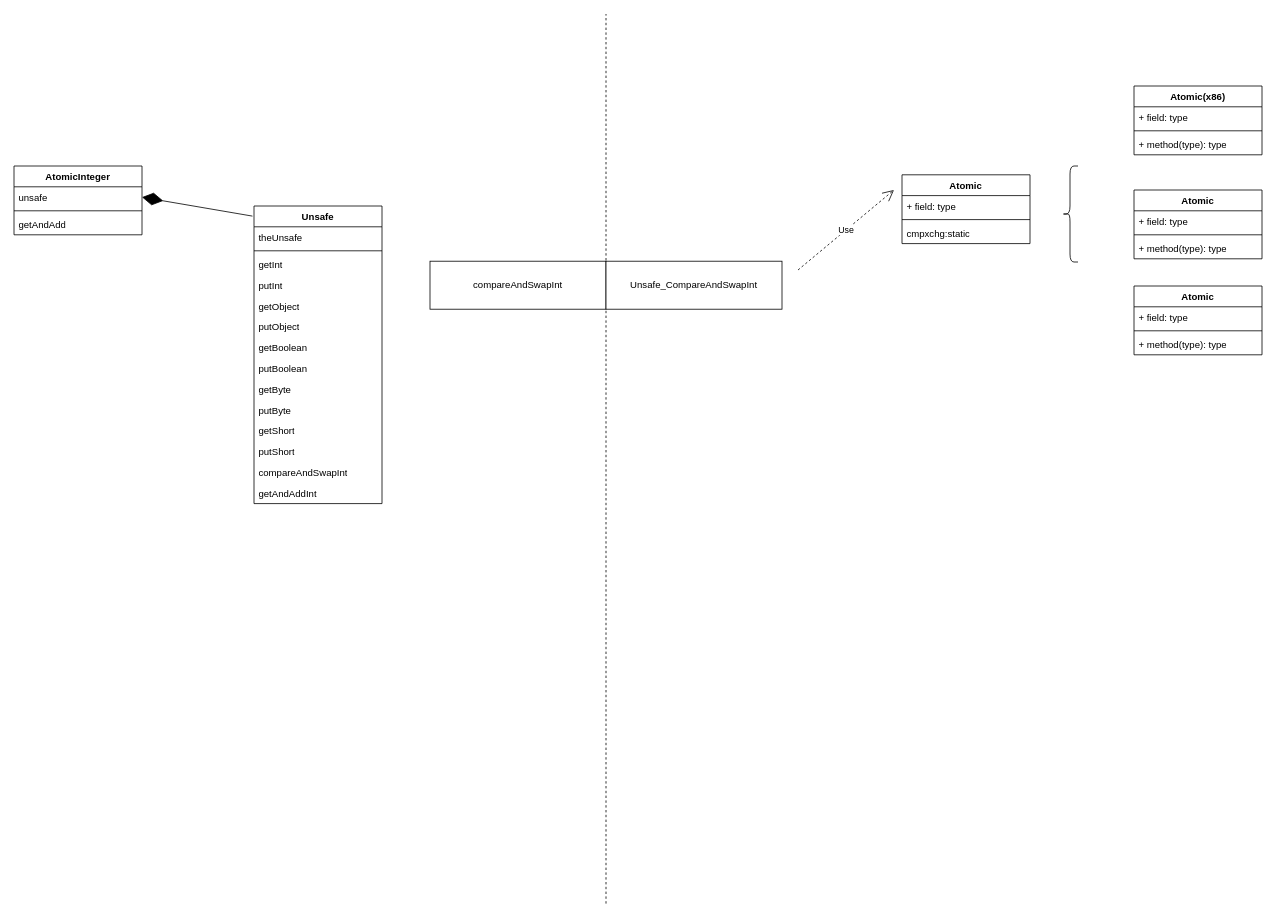
atlantiswang/draw keeps this draw.io diagram as draw/atomic.drawio. Above is the earlier version. Source tidied: cells renumbered, new cells numbered last; positions are measured from the earlier drawing's top-left corner, leaving out a move shared by most shapes. Both pictures are drawn from the tidied source at 80%, with x=0, y=0 at pixel (14, 14).
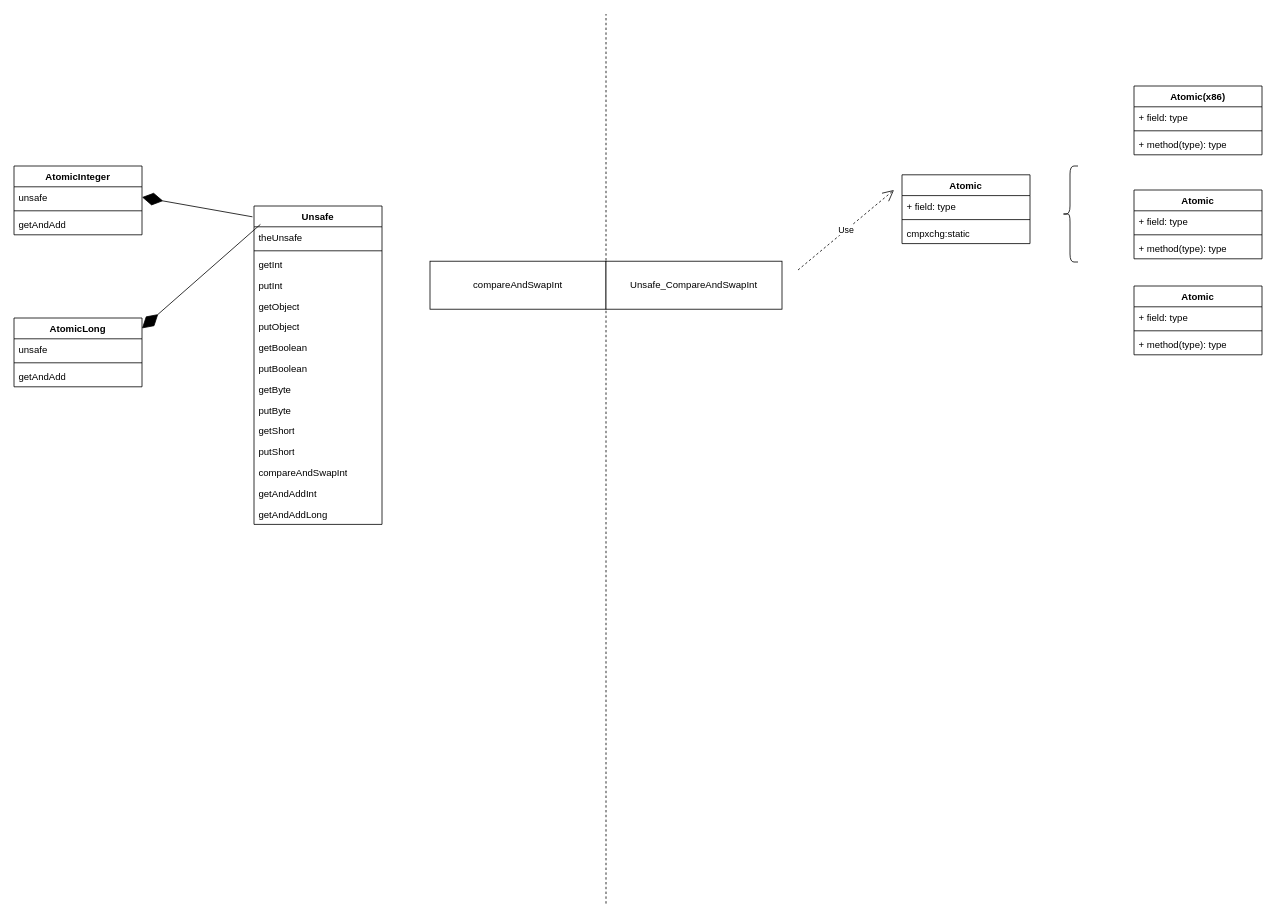
Above is the later version.

Diff of the diagram source:
```diff
@@
     <mxCell id="3" value="Unsafe" style="swimlane;fontStyle=1;align=center;verticalAlign=top;horizontal=1;startSize=26;whiteSpace=wrap;" parent="1" vertex="1">
-      <mxGeometry x="300" y="240" width="160" height="372" as="geometry" />
+      <mxGeometry x="300" y="240" width="160" height="398" as="geometry" />
     </mxCell>
@@
+    <mxCell id="43" value="getAndAddLong" style="text;strokeColor=none;fillColor=none;align=left;verticalAlign=top;spacingLeft=4;spacingRight=4;overflow=hidden;whiteSpace=wrap;" parent="3" vertex="1">
+      <mxGeometry y="372" width="160" height="26" as="geometry" />
+    </mxCell>
@@
+    <mxCell id="44" value="AtomicLong" style="swimlane;fontStyle=1;align=center;verticalAlign=top;horizontal=1;startSize=26;whiteSpace=wrap;" parent="1" vertex="1">
+      <mxGeometry y="380" width="160" height="86" as="geometry" />
+    </mxCell>
+    <mxCell id="45" value="unsafe" style="text;strokeColor=none;fillColor=none;align=left;verticalAlign=top;spacingLeft=4;spacingRight=4;overflow=hidden;whiteSpace=wrap;" parent="44" vertex="1">
+      <mxGeometry y="26" width="160" height="26" as="geometry" />
+    </mxCell>
+    <mxCell id="46" style="line;strokeWidth=1;fillColor=none;align=left;verticalAlign=middle;spacingTop=-1;spacingLeft=3;spacingRight=3;labelPosition=right;strokeColor=inherit;" parent="44" vertex="1">
+      <mxGeometry y="52" width="160" height="8" as="geometry" />
+    </mxCell>
+    <mxCell id="47" value="getAndAdd" style="text;strokeColor=none;fillColor=none;align=left;verticalAlign=top;spacingLeft=4;spacingRight=4;overflow=hidden;whiteSpace=wrap;" parent="44" vertex="1">
+      <mxGeometry y="60" width="160" height="26" as="geometry" />
+    </mxCell>
+    <mxCell id="48" style="endArrow=diamondThin;endFill=1;endSize=24;rounded=0;entryX=1;entryY=0.151;entryDx=0;entryDy=0;exitX=-0.012;exitY=0.034;exitDx=0;exitDy=0;exitPerimeter=0;entryPerimeter=0;" parent="1" edge="1" target="44">
+      <mxGeometry relative="1" as="geometry">
+        <mxPoint x="308" y="263" as="sourcePoint" />
+      </mxGeometry>
+    </mxCell>
```
